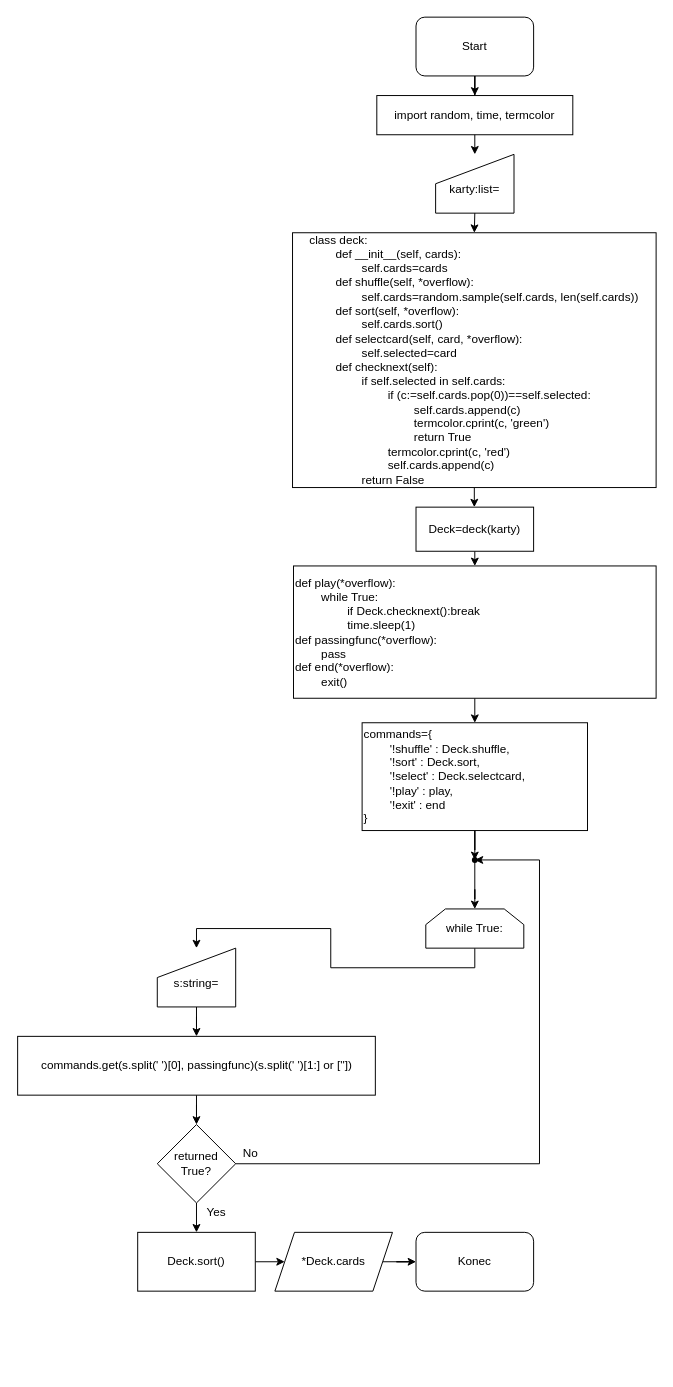
This is diagram.drawio from unknowncz/cardgame, a draw.io file, before an edit. Source tidied: cells renumbered, new cells numbered last; positions are measured from the earlier drawing's top-left corner, leaving out a move shared by most shapes. Both pictures are drawn from the tidied source at 98%, with x=0, y=0 at pixel (18, 17).
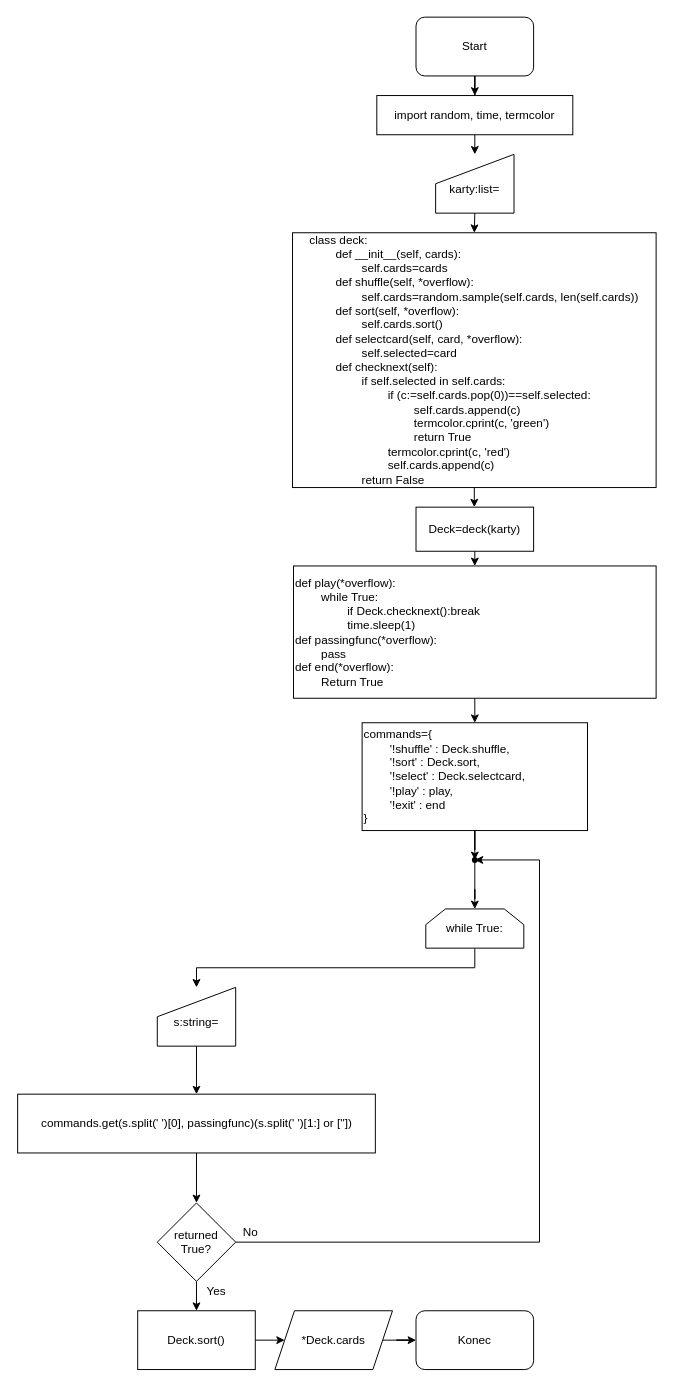
The same diagram, later.

The change refers to these unchanged cells:
```xml
<mxCell id="23" style="shape=waypoint;sketch=0;fillStyle=solid;size=6;points=[];fillColor=none;perimeter=centerPerimeter;snapToPoint=1;" parent="1" vertex="1">
  <mxGeometry x="446" y="840" width="40" height="40" as="geometry" />
</mxCell>
```

Diff of the diagram source:
```diff
@@
     <mxCell id="15" value="s:string=&lt;br&gt;&amp;nbsp;" style="shape=manualInput;whiteSpace=wrap;html=1;verticalAlign=bottom;labelPosition=center;verticalLabelPosition=middle;align=center;" parent="1" vertex="1">
-      <mxGeometry x="142" y="950" width="80" height="60" as="geometry" />
+      <mxGeometry x="142" y="990" width="80" height="60" as="geometry" />
     </mxCell>
@@
     <mxCell id="19" value="commands.get(s.split(' ')[0], passingfunc)(s.split(' ')[1:] or [''])" style="rounded=0;whiteSpace=wrap;html=1;" parent="1" vertex="1">
-      <mxGeometry x="-0.5" y="1040" width="365" height="60" as="geometry" />
+      <mxGeometry x="-0.5" y="1099" width="365" height="60" as="geometry" />
     </mxCell>
@@
-    <mxCell id="21" value="def play(*overflow):&lt;br&gt;&lt;span&gt;&#9;&lt;/span&gt;&lt;span style=&quot;white-space: pre&quot;&gt;&#9;&lt;/span&gt;while True:&lt;br&gt;&lt;span style=&quot;white-space: pre&quot;&gt;&#9;&lt;/span&gt;&lt;span style=&quot;white-space: pre&quot;&gt;&#9;&lt;/span&gt;if Deck.checknext():break&lt;br&gt;&lt;span&gt;&#9;&lt;/span&gt;&lt;span&gt;&#9;&lt;/span&gt;&lt;span style=&quot;white-space: pre&quot;&gt;&#9;&lt;/span&gt;&lt;span style=&quot;white-space: pre&quot;&gt;&#9;&lt;/span&gt;time.sleep(1)&lt;br&gt;def passingfunc(*overflow):&lt;br&gt;&lt;span&gt;&#9;&lt;/span&gt;&lt;span style=&quot;white-space: pre&quot;&gt;&#9;&lt;/span&gt;pass&lt;br&gt;def end(*overflow): &lt;br&gt;&lt;span style=&quot;white-space: pre&quot;&gt;&#9;&lt;/span&gt;exit()" style="rounded=0;whiteSpace=wrap;html=1;align=left;" parent="1" vertex="1">
+    <mxCell id="21" value="def play(*overflow):&lt;br&gt;&lt;span&gt;&#9;&lt;/span&gt;&lt;span style=&quot;white-space: pre&quot;&gt;&#9;&lt;/span&gt;while True:&lt;br&gt;&lt;span style=&quot;white-space: pre&quot;&gt;&#9;&lt;/span&gt;&lt;span style=&quot;white-space: pre&quot;&gt;&#9;&lt;/span&gt;if Deck.checknext():break&lt;br&gt;&lt;span&gt;&#9;&lt;/span&gt;&lt;span&gt;&#9;&lt;/span&gt;&lt;span style=&quot;white-space: pre&quot;&gt;&#9;&lt;/span&gt;&lt;span style=&quot;white-space: pre&quot;&gt;&#9;&lt;/span&gt;time.sleep(1)&lt;br&gt;def passingfunc(*overflow):&lt;br&gt;&lt;span&gt;&#9;&lt;/span&gt;&lt;span style=&quot;white-space: pre&quot;&gt;&#9;&lt;/span&gt;pass&lt;br&gt;def end(*overflow): &lt;br&gt;&lt;span style=&quot;white-space: pre&quot;&gt;&#9;&lt;/span&gt;Return True" style="rounded=0;whiteSpace=wrap;html=1;align=left;" parent="1" vertex="1">
       <mxGeometry x="281" y="560" width="370" height="135" as="geometry" />
     </mxCell>
@@
     <mxCell id="24" value="Konec" style="rounded=1;whiteSpace=wrap;html=1;" parent="1" vertex="1">
-      <mxGeometry x="406" y="1240" width="120" height="60" as="geometry" />
+      <mxGeometry x="406" y="1320" width="120" height="60" as="geometry" />
     </mxCell>
     <mxCell id="25" style="edgeStyle=orthogonalEdgeStyle;rounded=0;jettySize=auto;html=1;" parent="1" edge="1" source="27" target="23">
       <mxGeometry relative="1" as="geometry">
         <Array as="points">
-          <mxPoint x="532" y="1170" />
+          <mxPoint x="532" y="1250" />
           <mxPoint x="532" y="860" />
         </Array>
       </mxGeometry>
     </mxCell>
@@
     <mxCell id="27" value="returned True?" style="rhombus;whiteSpace=wrap;html=1;" parent="1" vertex="1">
-      <mxGeometry x="142" y="1130" width="80" height="80" as="geometry" />
+      <mxGeometry x="142" y="1210" width="80" height="80" as="geometry" />
     </mxCell>
     <mxCell id="28" value="No" style="text;html=1;align=center;verticalAlign=middle;strokeColor=none;fillColor=none;" parent="1" vertex="1">
-      <mxGeometry x="222" y="1150" width="30" height="20" as="geometry" />
+      <mxGeometry x="222" y="1230" width="30" height="20" as="geometry" />
     </mxCell>
     <mxCell id="29" value="Yes" style="text;html=1;align=center;verticalAlign=middle;strokeColor=none;fillColor=none;" parent="1" vertex="1">
-      <mxGeometry x="182" y="1210" width="40" height="20" as="geometry" />
+      <mxGeometry x="182" y="1290" width="40" height="20" as="geometry" />
     </mxCell>
@@
     <mxCell id="31" value="Deck.sort()" style="rounded=0;whiteSpace=wrap;html=1;" parent="1" vertex="1">
-      <mxGeometry x="122" y="1240" width="120" height="60" as="geometry" />
+      <mxGeometry x="122" y="1320" width="120" height="60" as="geometry" />
     </mxCell>
@@
     <mxCell id="33" value="*Deck.cards" style="shape=parallelogram;perimeter=parallelogramPerimeter;whiteSpace=wrap;html=1;fixedSize=1;" parent="1" vertex="1">
-      <mxGeometry x="262" y="1240" width="120" height="60" as="geometry" />
+      <mxGeometry x="262" y="1320" width="120" height="60" as="geometry" />
     </mxCell>
```
